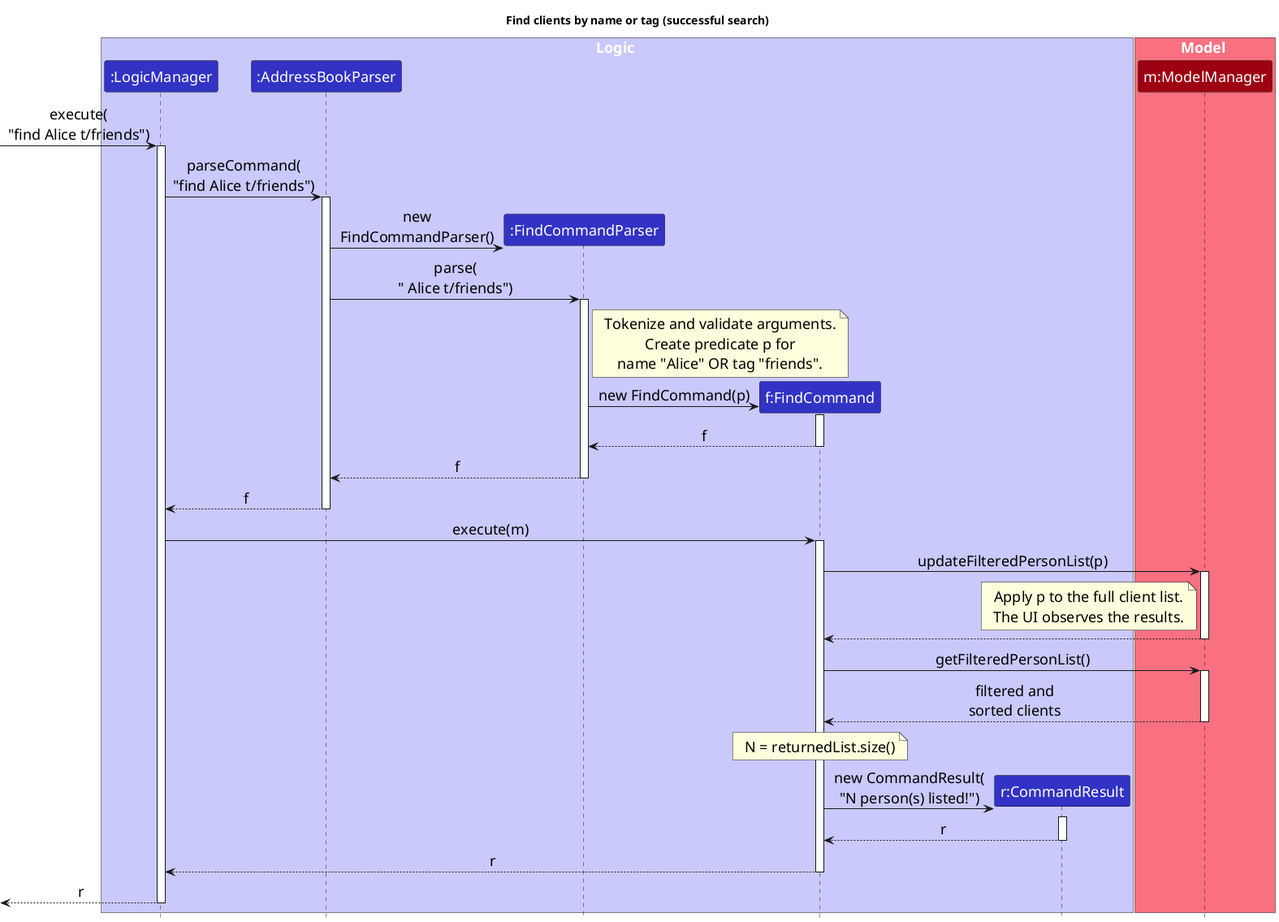
The PlantUML diagram docs/images/FindSequenceDiagram.png in AY2627S1-CS2103T-W08-3/tp, before a commit.
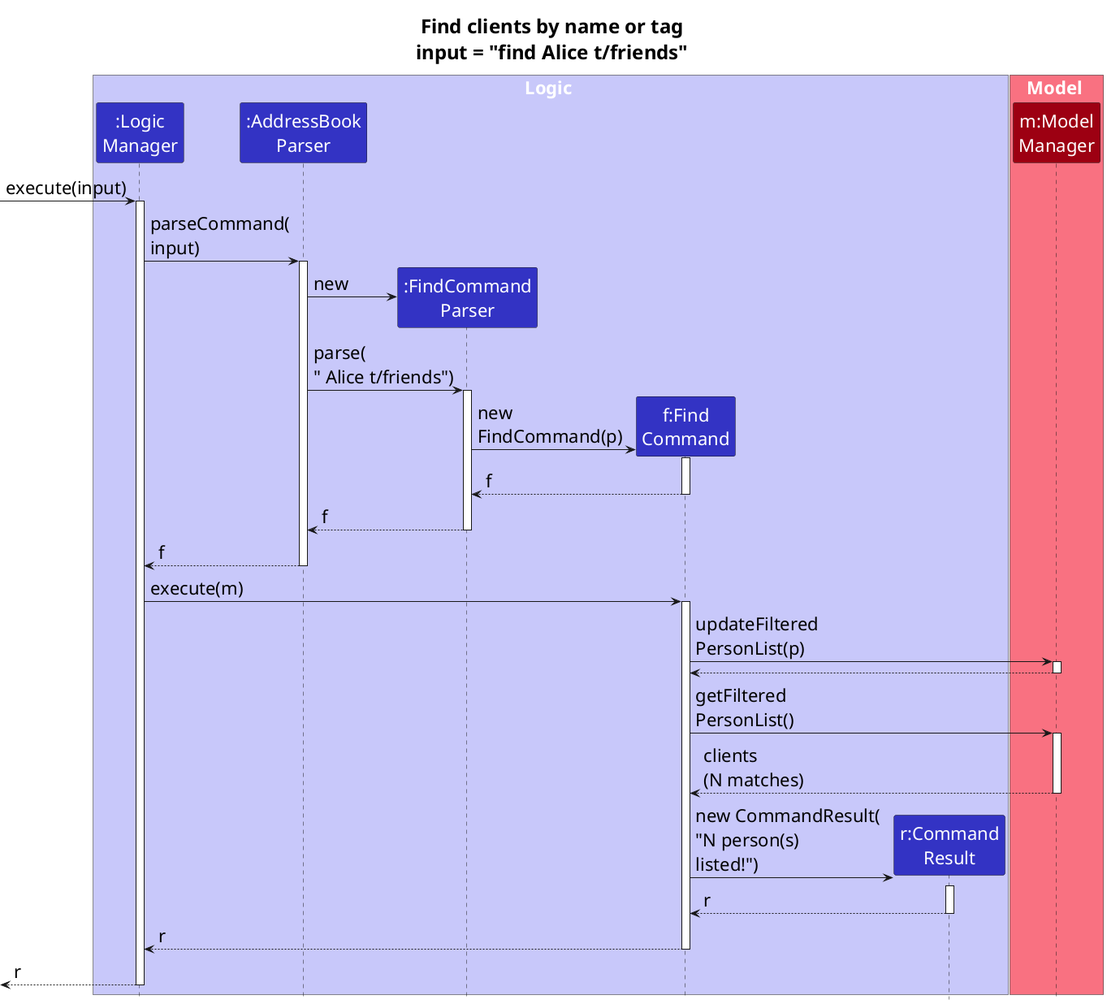
The same file after the commit.

Commit message:
Remove comments and increased font size

Diff of the diagram source:
```diff
@@ -1,48 +1,44 @@
 @startuml
 !include style.puml
 skinparam ArrowFontStyle plain
-skinparam DefaultFontSize 18
+skinparam DefaultFontSize 22
+skinparam TitleFontSize 24
 skinparam Sequence {
-    ArrowFontSize 18
-    ParticipantFontSize 18
-    BoxFontSize 18
+    ArrowFontSize 22
+    ParticipantFontSize 22
+    BoxFontSize 22
+    MessageAlign left
 }
-skinparam NoteFontSize 18
+skinparam NoteFontSize 22
 skinparam ParticipantPadding 0
 
-title Find clients by name or tag (successful search)
+title Find clients by name or tag\ninput = "find Alice t/friends"
 
 box Logic LOGIC_COLOR_T1
-participant ":LogicManager" as LogicManager LOGIC_COLOR
-participant ":AddressBookParser" as AddressBookParser LOGIC_COLOR
-participant ":FindCommandParser" as FindCommandParser LOGIC_COLOR
-participant "f:FindCommand" as FindCommand LOGIC_COLOR
-participant "r:CommandResult" as CommandResult LOGIC_COLOR
+participant ":Logic\nManager" as LogicManager LOGIC_COLOR
+participant ":AddressBook\nParser" as AddressBookParser LOGIC_COLOR
+participant ":FindCommand\nParser" as FindCommandParser LOGIC_COLOR
+participant "f:Find\nCommand" as FindCommand LOGIC_COLOR
+participant "r:Command\nResult" as CommandResult LOGIC_COLOR
 end box
 
 box Model MODEL_COLOR_T1
-participant "m:ModelManager" as Model MODEL_COLOR
+participant "m:Model\nManager" as Model MODEL_COLOR
 end box
 
-[-> LogicManager : execute(\n"find Alice t/friends")
+[-> LogicManager : execute(input)
 activate LogicManager
 
-LogicManager -> AddressBookParser : parseCommand(\n"find Alice t/friends")
+LogicManager -> AddressBookParser : parseCommand(\ninput)
 activate AddressBookParser
 
 create FindCommandParser
-AddressBookParser -> FindCommandParser : new\nFindCommandParser()
+AddressBookParser -> FindCommandParser : new
 AddressBookParser -> FindCommandParser : parse(\n" Alice t/friends")
 activate FindCommandParser
 
-note right of FindCommandParser
-Tokenize and validate arguments.
-Create predicate p for
-name "Alice" OR tag "friends".
-end note
-
 create FindCommand
-FindCommandParser -> FindCommand : new FindCommand(p)
+FindCommandParser -> FindCommand : new\nFindCommand(p)
 activate FindCommand
 FindCommand --> FindCommandParser : f
 deactivate FindCommand
@@ -56,26 +52,18 @@
 LogicManager -> FindCommand : execute(m)
 activate FindCommand
 
-FindCommand -> Model : updateFilteredPersonList(p)
+FindCommand -> Model : updateFiltered\nPersonList(p)
 activate Model
-note left of Model
-Apply p to the full client list.
-The UI observes the results.
-end note
 Model --> FindCommand
 deactivate Model
 
-FindCommand -> Model : getFilteredPersonList()
+FindCommand -> Model : getFiltered\nPersonList()
 activate Model
-Model --> FindCommand : filtered and\nsorted clients
+Model --> FindCommand : clients\n(N matches)
 deactivate Model
 
-note over FindCommand
-N = returnedList.size()
-end note
-
 create CommandResult
-FindCommand -> CommandResult : new CommandResult(\n"N person(s) listed!")
+FindCommand -> CommandResult : new CommandResult(\n"N person(s)\nlisted!")
 activate CommandResult
 CommandResult --> FindCommand : r
 deactivate CommandResult
```
